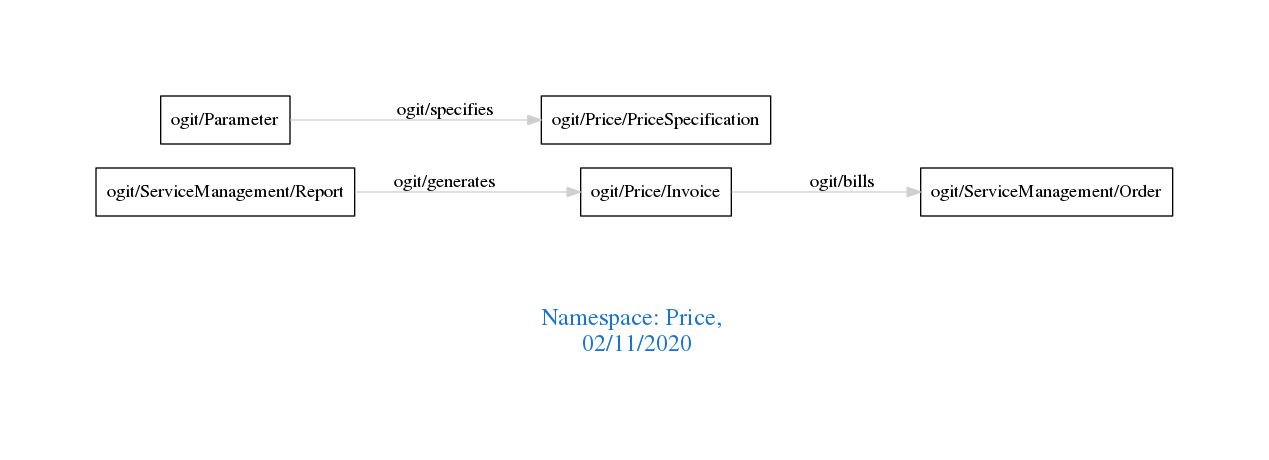
Above: downloads/Price.png in arago/OGIT (Graphviz), before the change. Its source is kept beside it as downloads/Price.dot.
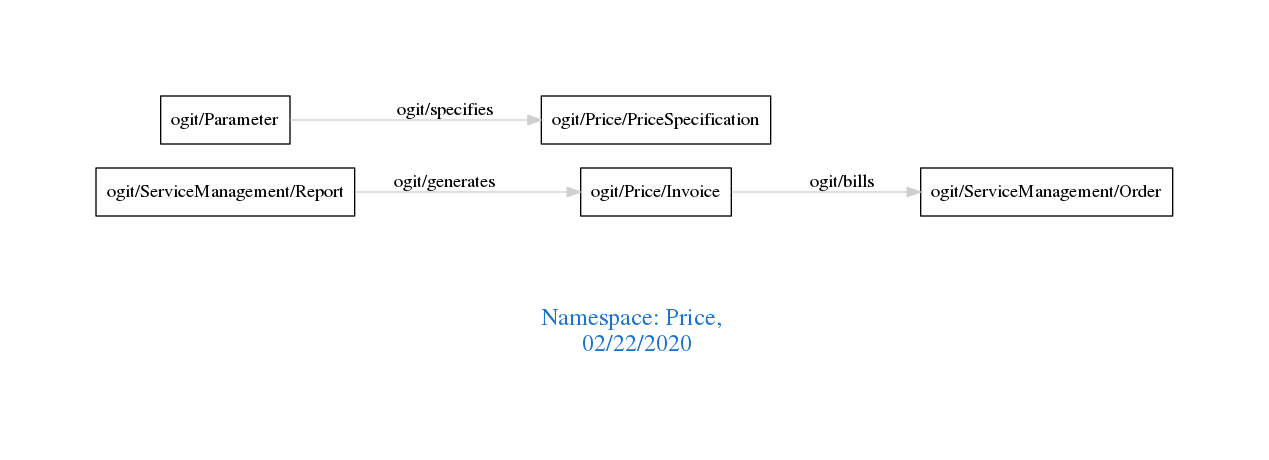
Later version of the same file.

The edit, as a diff of the source:
```diff
@@ -1,7 +1,7 @@
 digraph OGIT_ontology {
  graph [ rankdir= LR,pad=1
 fontsize = 18,
-fontcolor= dodgerblue3,label = "\n\n\nNamespace: Price, \n 02/11/2020"];
+fontcolor= dodgerblue3,label = "\n\n\nNamespace: Price, \n 02/22/2020"];
 node[shape=polygon];
 edge [  color="gray81"];
 
```
